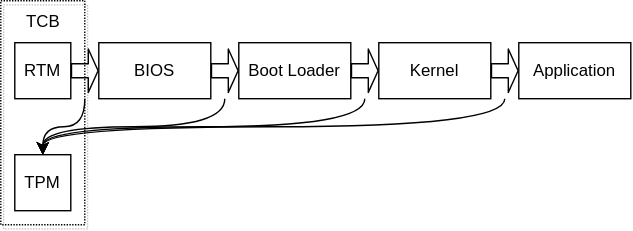
chrisfenner/chrisfenner.github.io keeps this draw.io diagram as images/2024-03-18-measurement-chain.drawio.svg. Above is the earlier version. Source tidied: cells renumbered, new cells last; positions are measured from the earlier drawing's top-left corner, leaving out a move shared by most shapes.
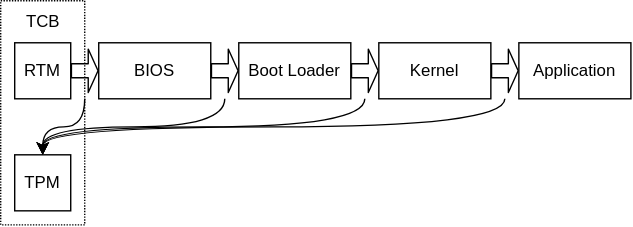
The same file after the commit.

Commit message:
get rid of accidental dropshadow

The edit, as a diff of the source:
```diff
@@ -2,7 +2,7 @@
   <root>
     <mxCell id="0" />
     <mxCell id="1" parent="0" />
-    <mxCell id="2" style="whiteSpace=wrap;html=1;fillColor=none;imageVerticalAlign=middle;dashed=1;dashPattern=1 1;shadow=1;strokeColor=#000000;fontColor=#000000;" parent="1" vertex="1">
+    <mxCell id="2" style="whiteSpace=wrap;html=1;fillColor=none;imageVerticalAlign=middle;dashed=1;dashPattern=1 1;shadow=0;strokeColor=#000000;fontColor=#000000;" parent="1" vertex="1">
       <mxGeometry width="60" height="160" as="geometry" />
     </mxCell>
     <mxCell id="3" style="edgeStyle=orthogonalEdgeStyle;curved=1;html=1;entryX=0.5;entryY=0;entryDx=0;entryDy=0;exitX=0.5;exitY=1;exitDx=0;exitDy=0;strokeColor=#000000;fontColor=#000000;" parent="1" edge="1" source="17" target="6">
```
